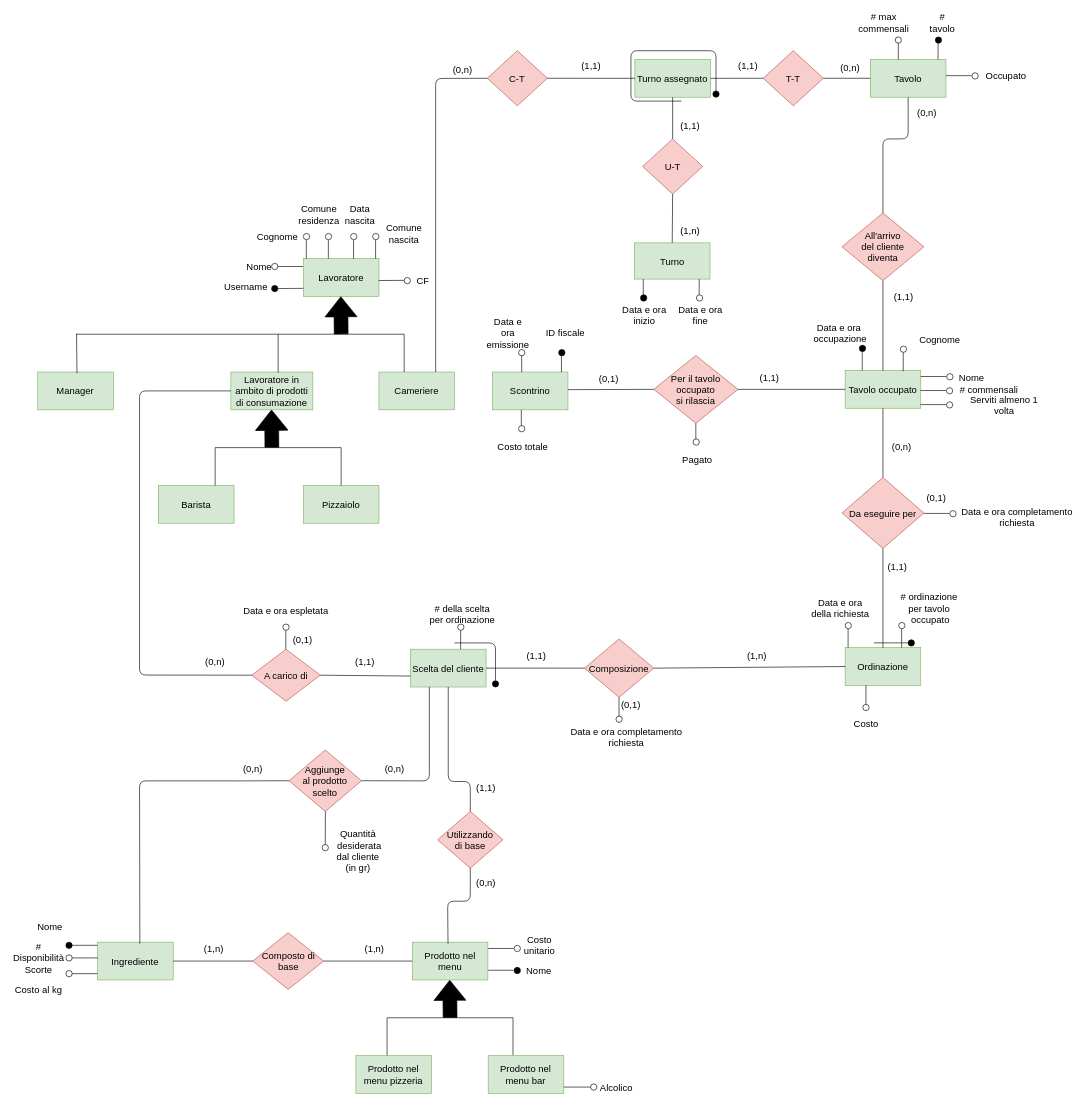
Earlier version of the draw.io diagram ERD/ERD_EditableDiagram.drawio (StefanoBelli/pizzeria). Source tidied: cells renumbered, new cells numbered last; positions are measured from the earlier drawing's top-left corner, leaving out a move shared by most shapes. Both pictures are drawn from the tidied source at 63%, with x=0, y=0 at pixel (10, 16).
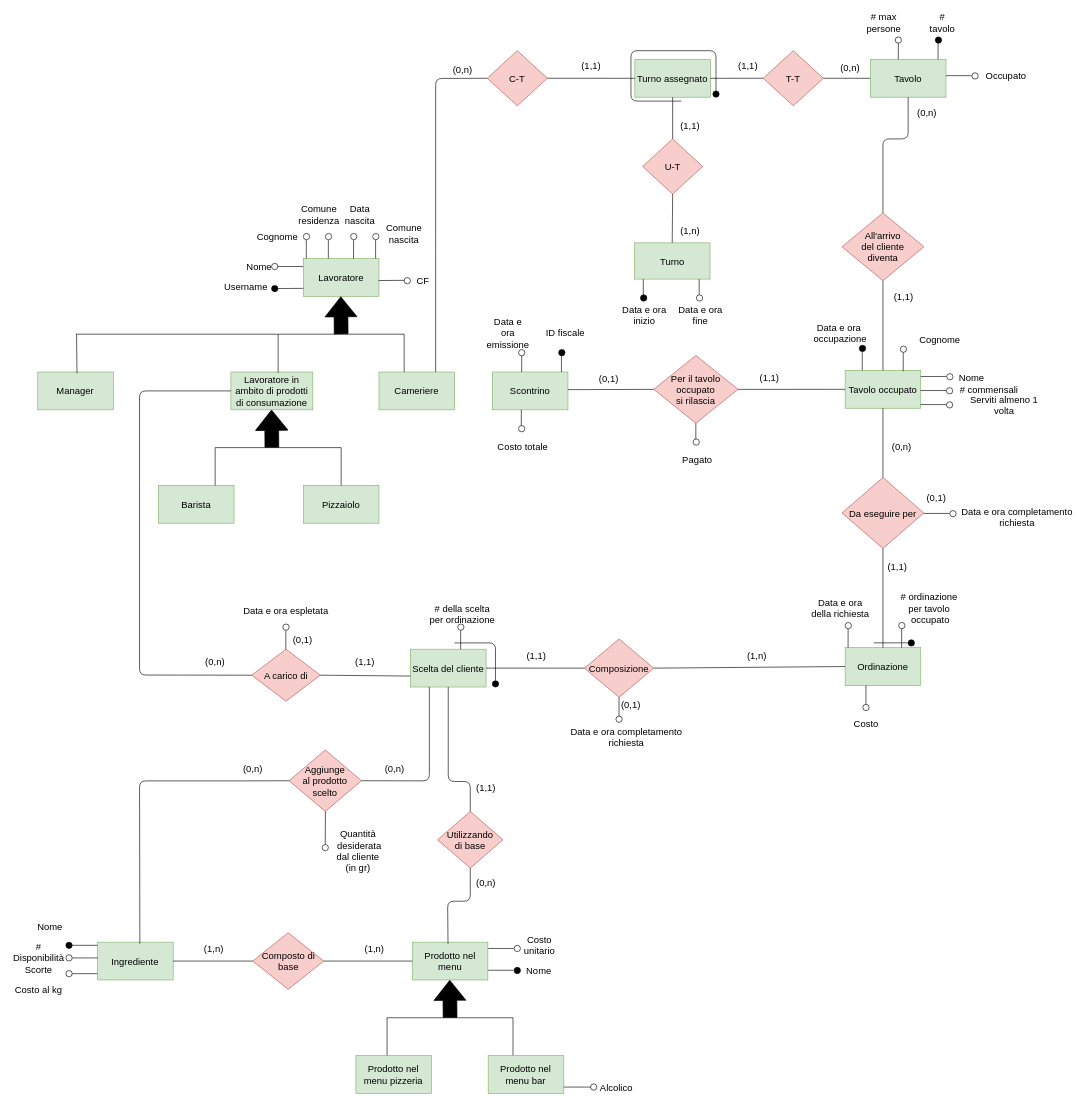
Above is the later version.

The edit, as a diff of the source:
```diff
@@
-    <mxCell id="125" value="# max&lt;br&gt;commensali" style="text;html=1;strokeColor=none;fillColor=none;align=center;verticalAlign=middle;whiteSpace=wrap;rounded=0;fontSize=15;" parent="1" vertex="1">
+    <mxCell id="125" value="# max persone" style="text;html=1;strokeColor=none;fillColor=none;align=center;verticalAlign=middle;whiteSpace=wrap;rounded=0;fontSize=15;" parent="1" vertex="1">
       <mxGeometry x="1360" y="-0.2" width="52.5" height="20" as="geometry" />
     </mxCell>
```
